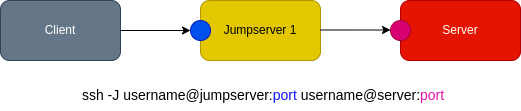
This is content/post/images/ssh-jumpserver1.png from arzieg/tecdoc, a draw.io export, as it was before one commit. Source tidied: cells renumbered, new cells last; positions are measured from the earlier drawing's top-left corner, leaving out a move shared by most shapes.
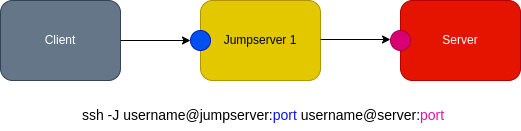
After the change.

The edit, as a diff of the source:
```diff
@@ -3,32 +3,32 @@
     <mxCell id="0" />
     <mxCell id="1" parent="0" />
     <mxCell id="2" value="Client" style="rounded=1;whiteSpace=wrap;html=1;fillColor=#647687;fontColor=#ffffff;strokeColor=#314354;" parent="1" vertex="1">
-      <mxGeometry width="120" height="60" as="geometry" />
+      <mxGeometry y="-20" width="120" height="80" as="geometry" />
     </mxCell>
     <mxCell id="3" value="Jumpserver 1" style="rounded=1;whiteSpace=wrap;html=1;fillColor=#e3c800;fontColor=#000000;strokeColor=#B09500;" parent="1" vertex="1">
-      <mxGeometry x="200" width="120" height="60" as="geometry" />
+      <mxGeometry x="200" y="-20" width="120" height="80" as="geometry" />
     </mxCell>
     <mxCell id="4" value="Server" style="rounded=1;whiteSpace=wrap;html=1;fillColor=#e51400;fontColor=#ffffff;strokeColor=#B20000;" parent="1" vertex="1">
-      <mxGeometry x="400" width="120" height="60" as="geometry" />
+      <mxGeometry x="400" y="-20" width="120" height="80" as="geometry" />
     </mxCell>
     <mxCell id="5" style="endArrow=classic;html=1;entryX=0;entryY=0.5;entryDx=0;entryDy=0;startArrow=none;" parent="1" edge="1" source="6" target="3">
       <mxGeometry relative="1" as="geometry" />
     </mxCell>
     <mxCell id="6" style="ellipse;whiteSpace=wrap;html=1;fillColor=#0050ef;fontColor=#ffffff;strokeColor=#001DBC;" parent="1" vertex="1">
-      <mxGeometry x="190" y="20" width="20" height="20" as="geometry" />
+      <mxGeometry x="190" y="10" width="20" height="20" as="geometry" />
     </mxCell>
     <mxCell id="7" style="ellipse;whiteSpace=wrap;html=1;fillColor=#d80073;fontColor=#ffffff;strokeColor=#A50040;" parent="1" vertex="1">
-      <mxGeometry x="390" y="20" width="20" height="20" as="geometry" />
+      <mxGeometry x="390" y="10" width="20" height="20" as="geometry" />
     </mxCell>
-    <mxCell id="8" style="endArrow=classic;html=1;entryX=0;entryY=0.5;entryDx=0;entryDy=0;" parent="1" edge="1" target="6">
+    <mxCell id="8" style="endArrow=classic;html=1;exitX=1;exitY=0.5;exitDx=0;exitDy=0;" parent="1" edge="1" source="2">
       <mxGeometry relative="1" as="geometry">
-        <mxPoint x="120" y="30" as="sourcePoint" />
+        <mxPoint x="190" y="20" as="targetPoint" />
       </mxGeometry>
     </mxCell>
     <mxCell id="9" style="endArrow=classic;html=1;entryX=0;entryY=0.5;entryDx=0;entryDy=0;" parent="1" edge="1">
       <mxGeometry relative="1" as="geometry">
-        <mxPoint x="320" y="29.5" as="sourcePoint" />
-        <mxPoint x="390" y="29.5" as="targetPoint" />
+        <mxPoint x="320" y="19" as="sourcePoint" />
+        <mxPoint x="390" y="19" as="targetPoint" />
       </mxGeometry>
     </mxCell>
     <mxCell id="10" value="&lt;font style=&quot;font-size: 14px;&quot;&gt;ssh -J username@jumpserver:&lt;font style=&quot;font-size: 14px;&quot; color=&quot;#0a12f5&quot;&gt;port&lt;/font&gt; username@server:&lt;font style=&quot;font-size: 14px;&quot; color=&quot;#e411ac&quot;&gt;port&lt;/font&gt;&amp;nbsp;&lt;/font&gt;" style="text;html=1;strokeColor=none;fillColor=none;align=center;verticalAlign=middle;whiteSpace=wrap;rounded=0;" parent="1" vertex="1">
```
